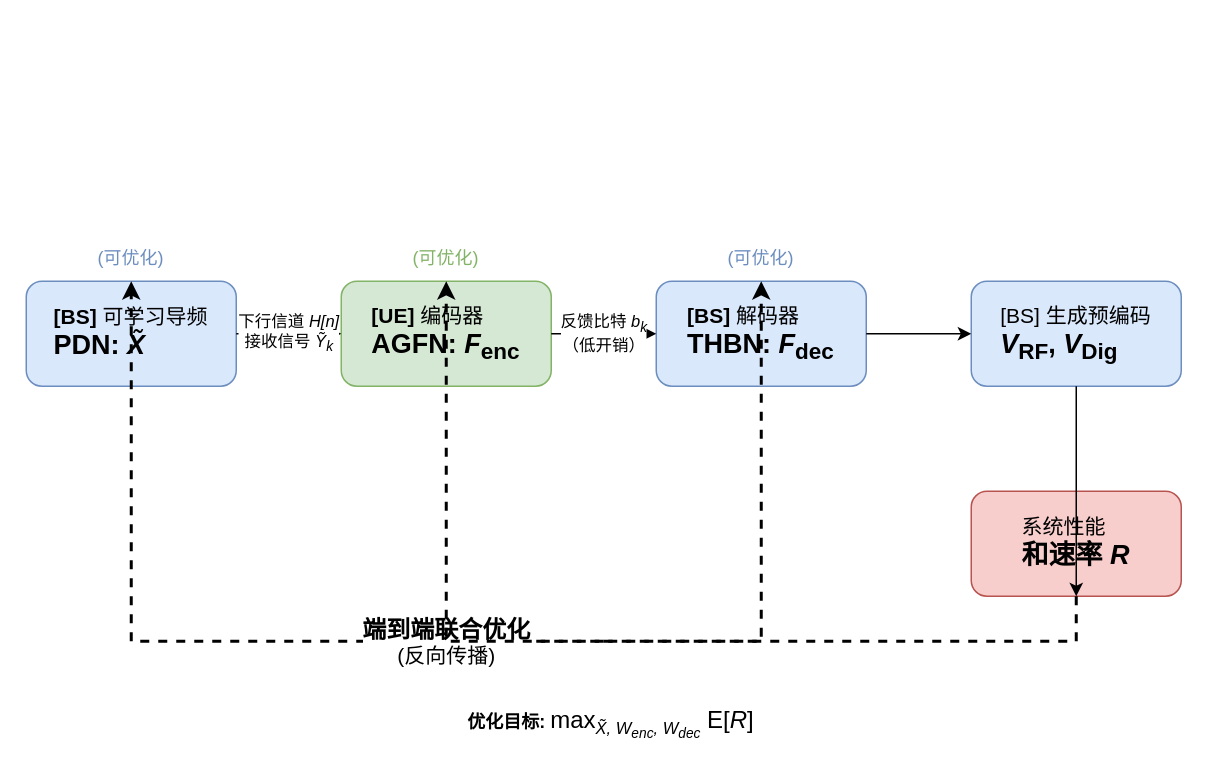
This is OFDM-fig3.drawio from Lxlorange/drawio, a draw.io file, before an edit. Source tidied: cells renumbered, new cells numbered last; positions are measured from the earlier drawing's top-left corner, leaving out a move shared by most shapes. Both pictures are drawn from the tidied source at 150%, with x=0, y=0 at pixel (26, 236).
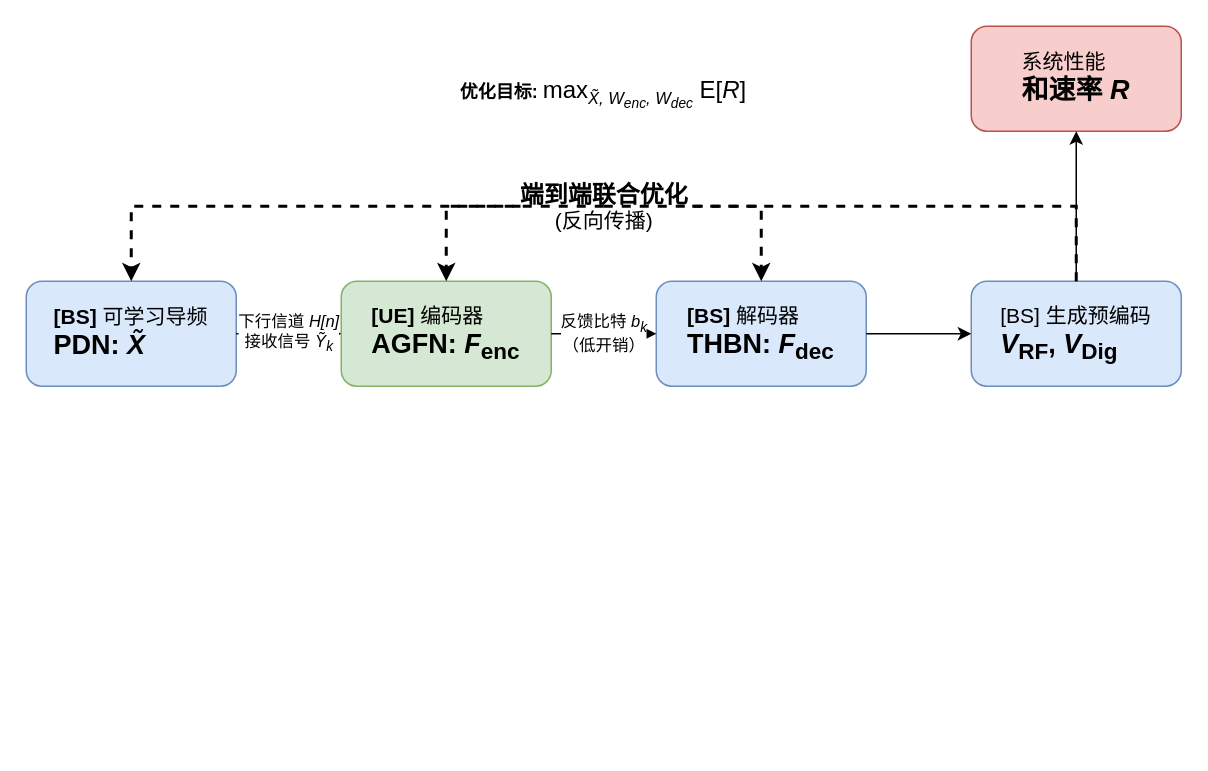
The same diagram, later.

The change refers to these unchanged cells:
```xml
<mxCell id="2" value="&lt;div style=&quot;text-align: left;&quot;&gt;&lt;font style=&quot;font-size: 14px;&quot;&gt;&lt;b&gt;[BS]&lt;/b&gt; 可学习导频&lt;/font&gt;&lt;/div&gt;&lt;div style=&quot;text-align: left;&quot;&gt;&lt;font style=&quot;font-size: 18px;&quot;&gt;&lt;b&gt;PDN: &lt;i&gt;X̃&lt;/i&gt;&lt;/b&gt;&lt;/font&gt;&lt;/div&gt;" style="rounded=1;whiteSpace=wrap;html=1;fillColor=#dae8fc;strokeColor=#6c8ebf;" parent="1" vertex="1">
  <mxGeometry y="30" width="140" height="70" as="geometry" />
</mxCell>
<mxCell id="3" value="&lt;div style=&quot;text-align: left;&quot;&gt;&lt;font style=&quot;font-size: 14px;&quot;&gt;&lt;b&gt;[UE]&lt;/b&gt; 编码器&lt;/font&gt;&lt;/div&gt;&lt;div style=&quot;text-align: left;&quot;&gt;&lt;font style=&quot;font-size: 18px;&quot;&gt;&lt;b&gt;AGFN: &lt;i&gt;F&lt;/i&gt;&lt;sub&gt;enc&lt;/sub&gt;&lt;/b&gt;&lt;/font&gt;&lt;/div&gt;" style="rounded=1;whiteSpace=wrap;html=1;fillColor=#d5e8d4;strokeColor=#82b366;" parent="1" vertex="1">
  <mxGeometry x="210" y="30" width="140" height="70" as="geometry" />
</mxCell>
<mxCell id="4" value="&lt;div style=&quot;text-align: left;&quot;&gt;&lt;font style=&quot;font-size: 14px;&quot;&gt;&lt;b&gt;[BS]&lt;/b&gt; 解码器&lt;/font&gt;&lt;/div&gt;&lt;div style=&quot;text-align: left;&quot;&gt;&lt;font style=&quot;font-size: 18px;&quot;&gt;&lt;b&gt;THBN: &lt;i&gt;F&lt;/i&gt;&lt;sub&gt;dec&lt;/sub&gt;&lt;/b&gt;&lt;/font&gt;&lt;/div&gt;" style="rounded=1;whiteSpace=wrap;html=1;fillColor=#dae8fc;strokeColor=#6c8ebf;" parent="1" vertex="1">
  <mxGeometry x="420" y="30" width="140" height="70" as="geometry" />
</mxCell>
<mxCell id="5" value="&lt;div style=&quot;text-align: left;&quot;&gt;&lt;font style=&quot;font-size: 14px;&quot;&gt;[BS] 生成预编码&lt;/font&gt;&lt;/div&gt;&lt;div style=&quot;text-align: left;&quot;&gt;&lt;font style=&quot;font-size: 18px;&quot;&gt;&lt;b&gt;&lt;i&gt;V&lt;/i&gt;&lt;sub&gt;RF&lt;/sub&gt;, &lt;i&gt;V&lt;/i&gt;&lt;sub&gt;Dig&lt;/sub&gt;&lt;/b&gt;&lt;/font&gt;&lt;/div&gt;" style="rounded=1;whiteSpace=wrap;html=1;fillColor=#dae8fc;strokeColor=#6c8ebf;" parent="1" vertex="1">
  <mxGeometry x="630" y="30" width="140" height="70" as="geometry" />
</mxCell>
```

The edit, as a diff of the source:
```diff
@@
-    <mxCell id="6" value="下行信道&lt;i&gt; H[n]&lt;/i&gt;&lt;br&gt;接收信号 &lt;i&gt;Ỹ&lt;sub&gt;k&lt;/sub&gt;&lt;/i&gt;" style="endArrow=classic;html=1;rounded=0;entryX=0;entryY=0.5;entryDx=0;entryDy=0;" parent="1" edge="1" target="3">
-      <mxGeometry relative="1" as="geometry">
-        <mxPoint x="140" y="65" as="sourcePoint" />
-      </mxGeometry>
+    <mxCell id="6" value="下行信道&lt;i&gt; H[n]&lt;/i&gt;&lt;br&gt;接收信号 &lt;i&gt;Ỹ&lt;sub&gt;k&lt;/sub&gt;&lt;/i&gt;" style="endArrow=classic;html=1;rounded=0;entryX=0;entryY=0.5;entryDx=0;entryDy=0;exitX=1;exitY=0.5;exitDx=0;exitDy=0;" parent="1" edge="1" source="2" target="3">
+      <mxGeometry relative="1" as="geometry" />
     </mxCell>
-    <mxCell id="7" value="反馈比特 &lt;i&gt;b&lt;sub&gt;k&lt;/sub&gt;&lt;/i&gt;&lt;br&gt;（低开销）" style="endArrow=classic;html=1;rounded=0;entryX=0;entryY=0.5;entryDx=0;entryDy=0;" parent="1" edge="1" target="4">
-      <mxGeometry relative="1" as="geometry">
-        <mxPoint x="350" y="65" as="sourcePoint" />
-      </mxGeometry>
+    <mxCell id="7" value="反馈比特 &lt;i&gt;b&lt;sub&gt;k&lt;/sub&gt;&lt;/i&gt;&lt;br&gt;（低开销）" style="endArrow=classic;html=1;rounded=0;entryX=0;entryY=0.5;entryDx=0;entryDy=0;exitX=1;exitY=0.5;exitDx=0;exitDy=0;" parent="1" edge="1" source="3" target="4">
+      <mxGeometry relative="1" as="geometry" />
     </mxCell>
-    <mxCell id="8" style="endArrow=classic;html=1;rounded=0;entryX=0;entryY=0.5;entryDx=0;entryDy=0;" parent="1" edge="1" target="5">
-      <mxGeometry relative="1" as="geometry">
-        <mxPoint x="560" y="65" as="sourcePoint" />
-      </mxGeometry>
+    <mxCell id="8" style="endArrow=classic;html=1;rounded=0;entryX=0;entryY=0.5;entryDx=0;entryDy=0;exitX=1;exitY=0.5;exitDx=0;exitDy=0;" parent="1" edge="1" source="4" target="5">
+      <mxGeometry relative="1" as="geometry" />
     </mxCell>
     <mxCell id="9" value="&lt;div style=&quot;text-align: left;&quot;&gt;&lt;font style=&quot;font-size: 14px;&quot;&gt;系统性能&lt;/font&gt;&lt;/div&gt;&lt;div style=&quot;text-align: left;&quot;&gt;&lt;font style=&quot;font-size: 18px;&quot;&gt;&lt;b&gt;和速率 &lt;i&gt;R&lt;/i&gt;&lt;/b&gt;&lt;/font&gt;&lt;/div&gt;" style="rounded=1;whiteSpace=wrap;html=1;fillColor=#f8cecc;strokeColor=#b85450;" parent="1" vertex="1">
-      <mxGeometry x="630" y="170" width="140" height="70" as="geometry" />
+      <mxGeometry x="630" y="-140" width="140" height="70" as="geometry" />
     </mxCell>
-    <mxCell id="10" style="endArrow=classic;html=1;rounded=0;entryX=0.5;entryY=1;entryDx=0;entryDy=0;" parent="1" edge="1" target="9">
-      <mxGeometry relative="1" as="geometry">
-        <mxPoint x="700" y="100" as="sourcePoint" />
-      </mxGeometry>
+    <mxCell id="10" style="endArrow=classic;html=1;rounded=0;entryX=0.5;entryY=1;entryDx=0;entryDy=0;exitX=0.5;exitY=0;exitDx=0;exitDy=0;" parent="1" edge="1" source="5" target="9">
+      <mxGeometry relative="1" as="geometry" />
     </mxCell>
-    <mxCell id="11" value="&lt;b style=&quot;font-size: 16px;&quot;&gt;端到端联合优化&lt;/b&gt;&lt;br&gt;&lt;font style=&quot;font-size: 14px;&quot;&gt;(反向传播)&lt;/font&gt;" style="edgeStyle=orthogonalEdgeStyle;rounded=0;html=1;entryX=0.5;entryY=0;entryDx=0;entryDy=0;entryPerimeter=0;endArrow=classic;endFill=1;dashed=1;strokeWidth=2;" parent="1" edge="1" target="2">
+    <mxCell id="11" value="&lt;b style=&quot;font-size: 16px;&quot;&gt;端到端联合优化&lt;/b&gt;&lt;br&gt;&lt;font style=&quot;font-size: 14px;&quot;&gt;(反向传播)&lt;/font&gt;" style="edgeStyle=orthogonalEdgeStyle;rounded=0;html=1;entryX=0.5;entryY=0;entryDx=0;entryDy=0;entryPerimeter=0;endArrow=classic;endFill=1;dashed=1;strokeWidth=2;exitX=0.5;exitY=0;exitDx=0;exitDy=0;" parent="1" edge="1" source="5" target="2">
       <mxGeometry relative="1" as="geometry">
-        <mxPoint x="700" y="240" as="sourcePoint" />
         <Array as="points">
-          <mxPoint x="700" y="270" />
-          <mxPoint x="385" y="270" />
-          <mxPoint x="70" y="270" />
-          <mxPoint x="70" y="30" />
+          <mxPoint x="700" y="30" />
+          <mxPoint x="700" y="-20" />
+          <mxPoint x="70" y="-20" />
         </Array>
       </mxGeometry>
     </mxCell>
-    <mxCell id="12" value="(可优化)" style="text;html=1;strokeColor=none;fillColor=none;align=center;verticalAlign=middle;whiteSpace=wrap;rounded=0;fontColor=#6c8ebf;" parent="1" vertex="1">
-      <mxGeometry x="35" width="70" height="30" as="geometry" />
-    </mxCell>
-    <mxCell id="13" value="(可优化)" style="text;html=1;strokeColor=none;fillColor=none;align=center;verticalAlign=middle;whiteSpace=wrap;rounded=0;fontColor=#82B366;" parent="1" vertex="1">
-      <mxGeometry x="245" width="70" height="30" as="geometry" />
-    </mxCell>
-    <mxCell id="14" value="(可优化)" style="text;html=1;strokeColor=none;fillColor=none;align=center;verticalAlign=middle;whiteSpace=wrap;rounded=0;fontColor=#6c8ebf;" parent="1" vertex="1">
-      <mxGeometry x="455" width="70" height="30" as="geometry" />
-    </mxCell>
     <mxCell id="15" value="&lt;b&gt;优化目标:&lt;/b&gt; &lt;font style=&quot;font-size: 16px;&quot;&gt;max&lt;/font&gt;&lt;sub&gt;&lt;font style=&quot;font-size: 11px;&quot;&gt;&lt;i&gt;X̃, W&lt;sub&gt;enc&lt;/sub&gt;, W&lt;sub&gt;dec&lt;/sub&gt;&lt;/i&gt;&lt;/font&gt;&lt;/sub&gt;&lt;font style=&quot;font-size: 16px;&quot;&gt; E[&lt;i&gt;R&lt;/i&gt;]&lt;/font&gt;" style="text;html=1;strokeColor=none;fillColor=none;align=center;verticalAlign=middle;whiteSpace=wrap;rounded=0;" parent="1" vertex="1">
-      <mxGeometry x="250" y="310" width="280" height="30" as="geometry" />
+      <mxGeometry x="210" y="-130" width="350" height="70" as="geometry" />
     </mxCell>
     <mxCell id="16" style="endArrow=classic;html=1;rounded=0;dashed=1;strokeWidth=2;entryX=0.5;entryY=0;entryDx=0;entryDy=0;" parent="1" edge="1" target="3">
       <mxGeometry relative="1" as="geometry">
-        <mxPoint x="385" y="270" as="sourcePoint" />
+        <mxPoint x="385" y="-20" as="sourcePoint" />
         <Array as="points">
-          <mxPoint x="280" y="270" />
-          <mxPoint x="280" y="30" />
+          <mxPoint x="280" y="-20" />
         </Array>
       </mxGeometry>
     </mxCell>
     <mxCell id="17" style="endArrow=classic;html=1;rounded=0;dashed=1;strokeWidth=2;entryX=0.5;entryY=0;entryDx=0;entryDy=0;" parent="1" edge="1" target="4">
       <mxGeometry relative="1" as="geometry">
-        <mxPoint x="385" y="270" as="sourcePoint" />
+        <mxPoint x="385" y="-20" as="sourcePoint" />
         <Array as="points">
-          <mxPoint x="490" y="270" />
-          <mxPoint x="490" y="30" />
+          <mxPoint x="490" y="-20" />
         </Array>
       </mxGeometry>
     </mxCell>
```
